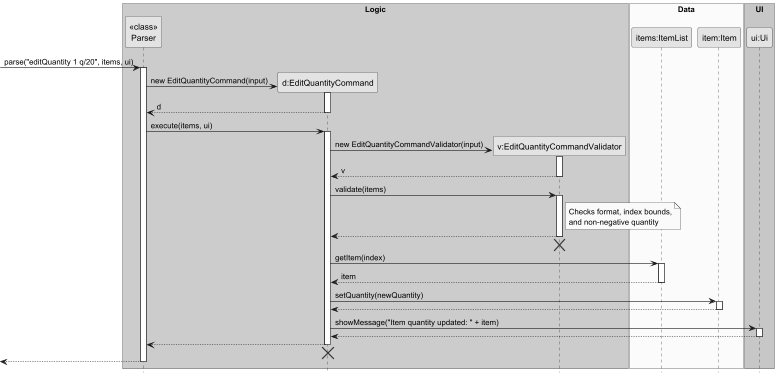
Above: docs/diagrams/EditQuantityCommandSequenceDiagram.png in fmohamedfaras/tp (PlantUML), before the change. Its diagram source:
```plantuml
@startuml
skinparam monochrome true
skinparam shadowing false
hide footbox

box "Logic" #LightBlue
participant "<<class>>\nParser" as Parser
participant "d:EditQuantityCommand" as EditQuantityCommand
participant "v:EditQuantityCommandValidator" as EditQuantityCommandValidator
end box

box "Data" #LightYellow
participant "items:ItemList" as ItemList
participant "item:Item" as Item
end box

box "UI" #LightGreen
participant "ui:Ui" as Ui
end box

-> Parser : parse("editQuantity 1 q/20", items, ui)
activate Parser

create EditQuantityCommand
Parser -> EditQuantityCommand : new EditQuantityCommand(input)
activate EditQuantityCommand
EditQuantityCommand --> Parser : d
deactivate EditQuantityCommand

Parser -> EditQuantityCommand : execute(items, ui)
activate EditQuantityCommand

create EditQuantityCommandValidator
EditQuantityCommand -> EditQuantityCommandValidator : new EditQuantityCommandValidator(input)
activate EditQuantityCommandValidator
EditQuantityCommandValidator --> EditQuantityCommand : v
deactivate EditQuantityCommandValidator

EditQuantityCommand -> EditQuantityCommandValidator : validate(items)
activate EditQuantityCommandValidator
note right of EditQuantityCommandValidator
  Checks format, index bounds,
  and non-negative quantity
end note
EditQuantityCommandValidator --> EditQuantityCommand
deactivate EditQuantityCommandValidator
EditQuantityCommandValidator -[hidden]-> EditQuantityCommand
destroy EditQuantityCommandValidator

EditQuantityCommand -> ItemList : getItem(index)
activate ItemList
ItemList --> EditQuantityCommand : item
deactivate ItemList

EditQuantityCommand -> Item : setQuantity(newQuantity)
activate Item
Item --> EditQuantityCommand
deactivate Item

EditQuantityCommand -> Ui : showMessage("Item quantity updated: " + item)
activate Ui
Ui --> EditQuantityCommand
deactivate Ui

EditQuantityCommand --> Parser
deactivate EditQuantityCommand
EditQuantityCommand -[hidden]-> Parser
destroy EditQuantityCommand

<-- Parser
deactivate Parser

@enduml
```
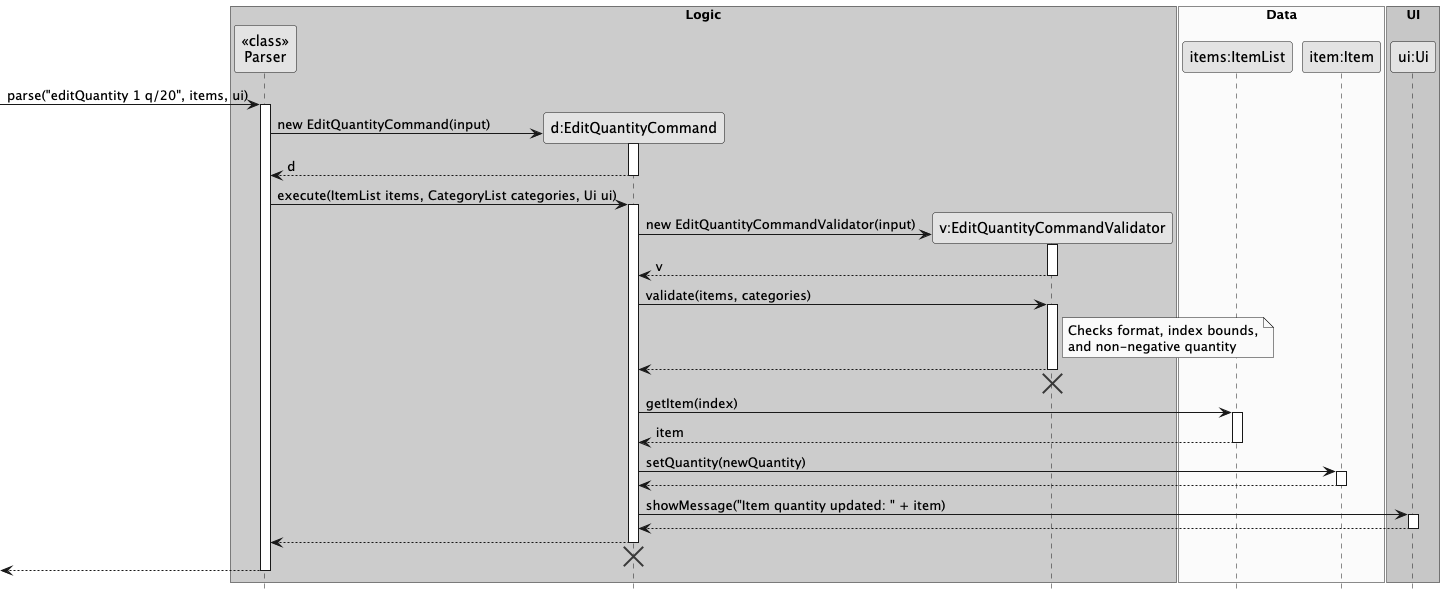
After the change.

What changed in the source:
```diff
@@ -27,7 +27,7 @@
 EditQuantityCommand --> Parser : d
 deactivate EditQuantityCommand
 
-Parser -> EditQuantityCommand : execute(items, ui)
+Parser -> EditQuantityCommand : execute(ItemList items, CategoryList categories, Ui ui)
 activate EditQuantityCommand
 
 create EditQuantityCommandValidator
@@ -36,7 +36,7 @@
 EditQuantityCommandValidator --> EditQuantityCommand : v
 deactivate EditQuantityCommandValidator
 
-EditQuantityCommand -> EditQuantityCommandValidator : validate(items)
+EditQuantityCommand -> EditQuantityCommandValidator : validate(items, categories)
 activate EditQuantityCommandValidator
 note right of EditQuantityCommandValidator
   Checks format, index bounds,
```
